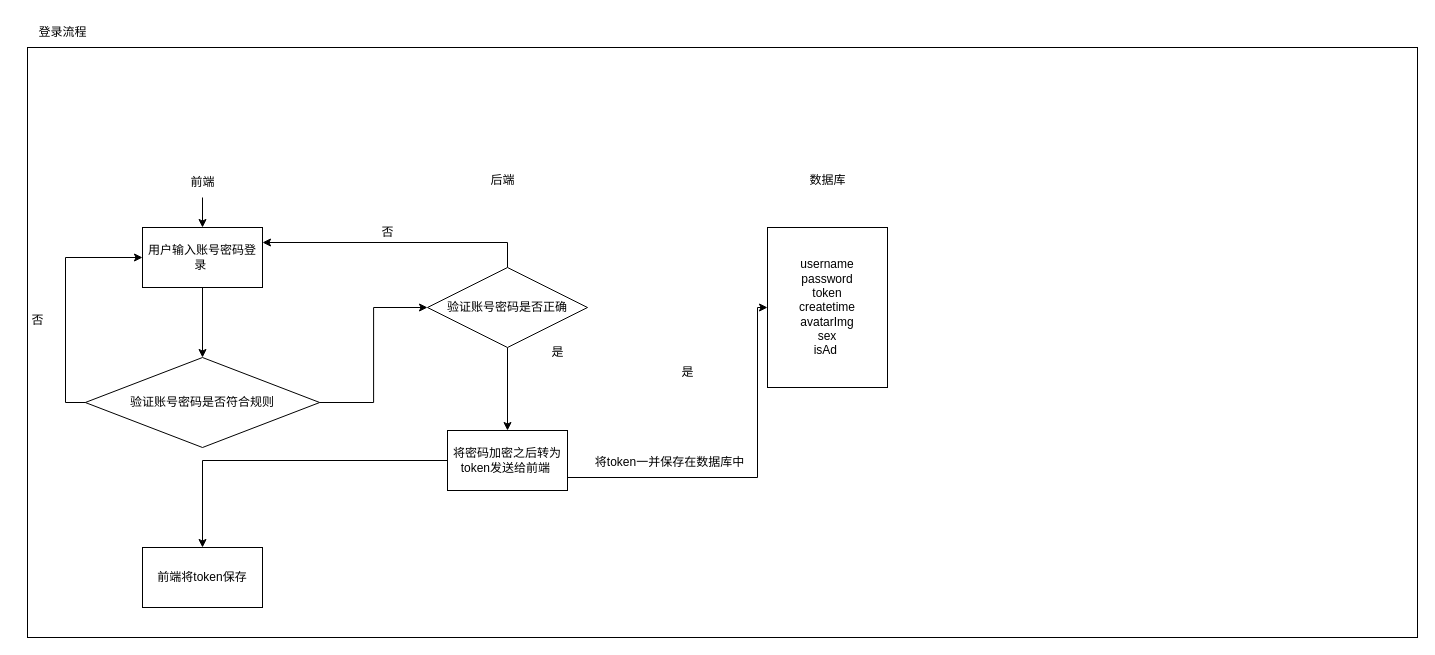
Before: 未命名绘图.drawio in JungleYou/-liuchengtu, a draw.io diagram. Source tidied: cells renumbered, new cells numbered last; positions are measured from the earlier drawing's top-left corner, leaving out a move shared by most shapes. Both pictures are drawn from the tidied source at 100%, with x=0, y=0 at pixel (-3, 17).
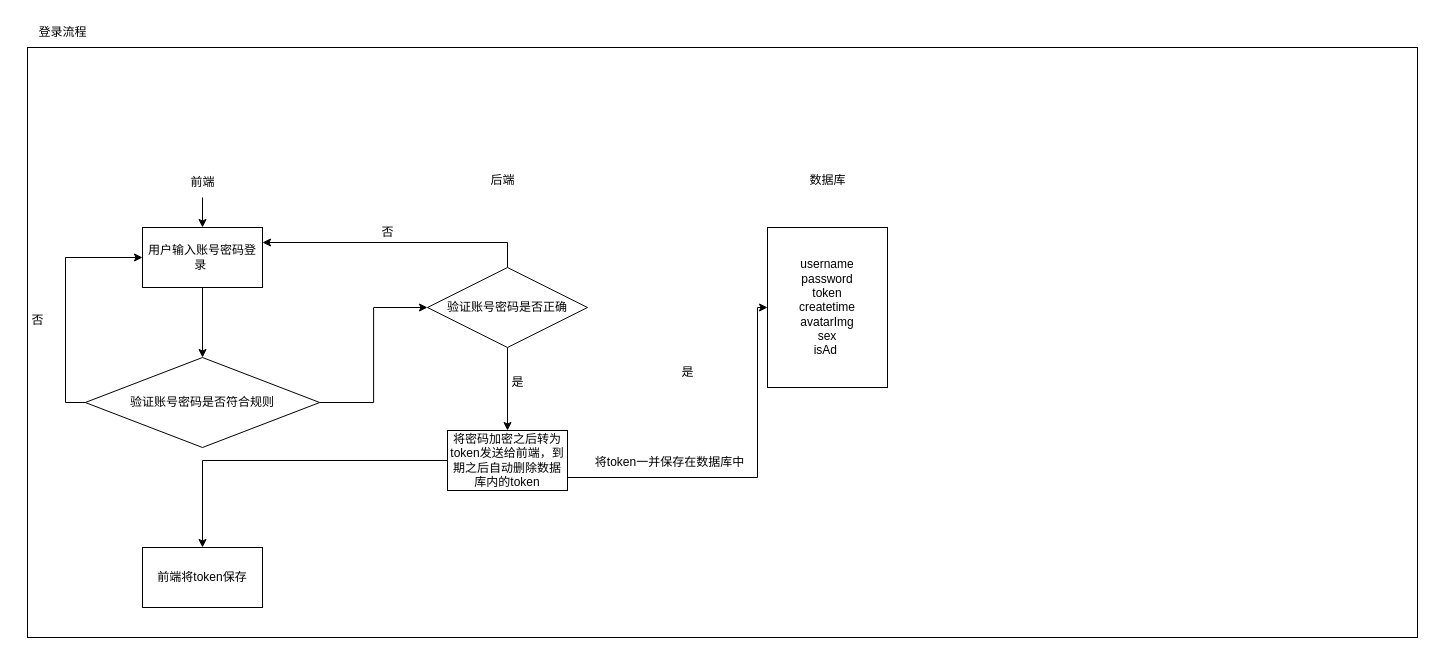
After the change.

Commit message:
更新未命名绘图.drawio

Change to the diagram source:
```diff
@@
     <mxCell id="14" value="是" style="text;html=1;align=center;verticalAlign=middle;strokeColor=none;fillColor=none;" parent="1" vertex="1">
-      <mxGeometry x="540" y="320" width="40" height="30" as="geometry" />
+      <mxGeometry x="500" y="350" width="40" height="30" as="geometry" />
     </mxCell>
@@
-    <mxCell id="20" value="将密码加密之后转为token发送给前端&amp;nbsp;" style="whiteSpace=wrap;html=1;" parent="1" vertex="1">
+    <mxCell id="20" value="将密码加密之后转为token发送给前端，到期之后自动删除数据库内的token" style="whiteSpace=wrap;html=1;" parent="1" vertex="1">
       <mxGeometry x="450" y="413" width="120" height="60" as="geometry" />
     </mxCell>
```
